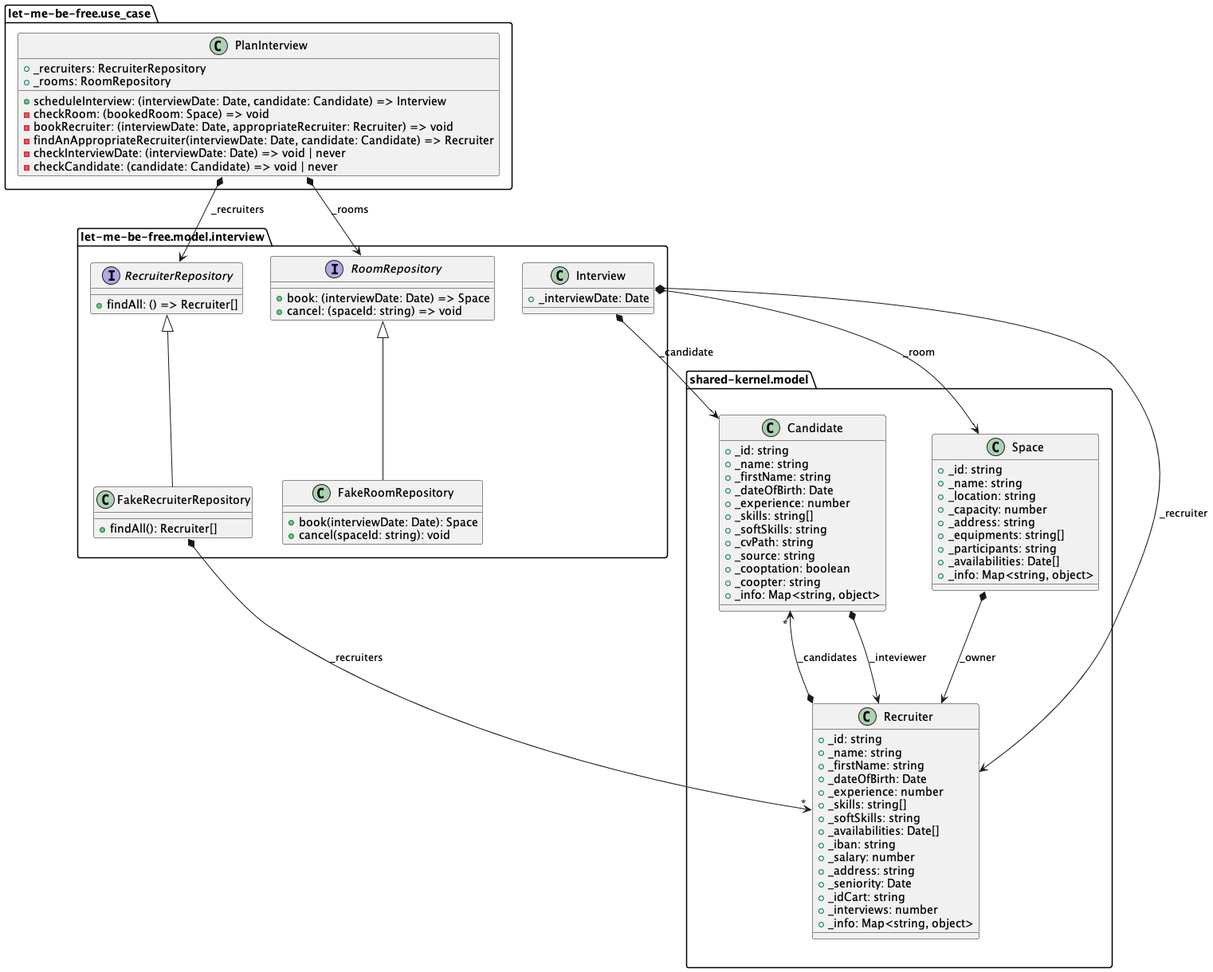
Above: docs/images/domain-model-step-0.png in jwloka/dddeu22-let-me-be-free-typescript (PlantUML), before the change. Source of this version:
```plantuml
@startuml name "Domain Model"

package "shared-kernel.model" {
    class Candidate {
        +_id: string
        +_name: string
        +_firstName: string
        +_dateOfBirth: Date
        +_experience: number
        +_skills: string[]
        +_softSkills: string
        +_cvPath: string
        +_source: string
        +_cooptation: boolean
        +_coopter: string
        +_info: Map<string, object>
    }

    class Recruiter {
        +_id: string
        +_name: string
        +_firstName: string
        +_dateOfBirth: Date
        +_experience: number
        +_skills: string[]
        +_softSkills: string
        +_availabilities: Date[]
        +_iban: string
        +_salary: number
        +_address: string
        +_seniority: Date
        +_idCart: string
        +_interviews: number
        +_info: Map<string, object>
    }

    class Space {
        +_id: string
        +_name: string
        +_location: string
        +_capacity: number
        +_address: string
        +_equipments: string[]
        +_participants: string
        +_availabilities: Date[]
        +_info: Map<string, object>
    }

    Space *--> Recruiter : _owner
    Recruiter <--* Candidate : _inteviewer
    Candidate "*" <--* Recruiter : _candidates
}

package "let-me-be-free.model.interview" {
    interface RecruiterRepository {
        +findAll: () => Recruiter[]
    }

    interface RoomRepository {
        +book: (interviewDate: Date) => Space
        +cancel: (spaceId: string) => void
    }

    class Interview {
        +_interviewDate: Date
    }

    class FakeRoomRepository extends RoomRepository {
        +book(interviewDate: Date): Space
        +cancel(spaceId: string): void
    }

    class FakeRecruiterRepository extends RecruiterRepository {
        +findAll(): Recruiter[]
    }

    FakeRecruiterRepository *--> "*" Recruiter : _recruiters
    Interview *--> Recruiter : _recruiter
    Interview *--> Candidate : _candidate
    Interview *--> Space : _room
}

package "let-me-be-free.use_case" {
    class PlanInterview {
        +_recruiters: RecruiterRepository
        +_rooms: RoomRepository
        +scheduleInterview: (interviewDate: Date, candidate: Candidate) => Interview
        -checkRoom: (bookedRoom: Space) => void
        -bookRecruiter: (interviewDate: Date, appropriateRecruiter: Recruiter) => void
        -findAnAppropriateRecruiter(interviewDate: Date, candidate: Candidate) => Recruiter
        -checkInterviewDate: (interviewDate: Date) => void | never
        -checkCandidate: (candidate: Candidate) => void | never
    }

    PlanInterview *--> RecruiterRepository : _recruiters
    PlanInterview *--> RoomRepository : _rooms
}
@enduml
```
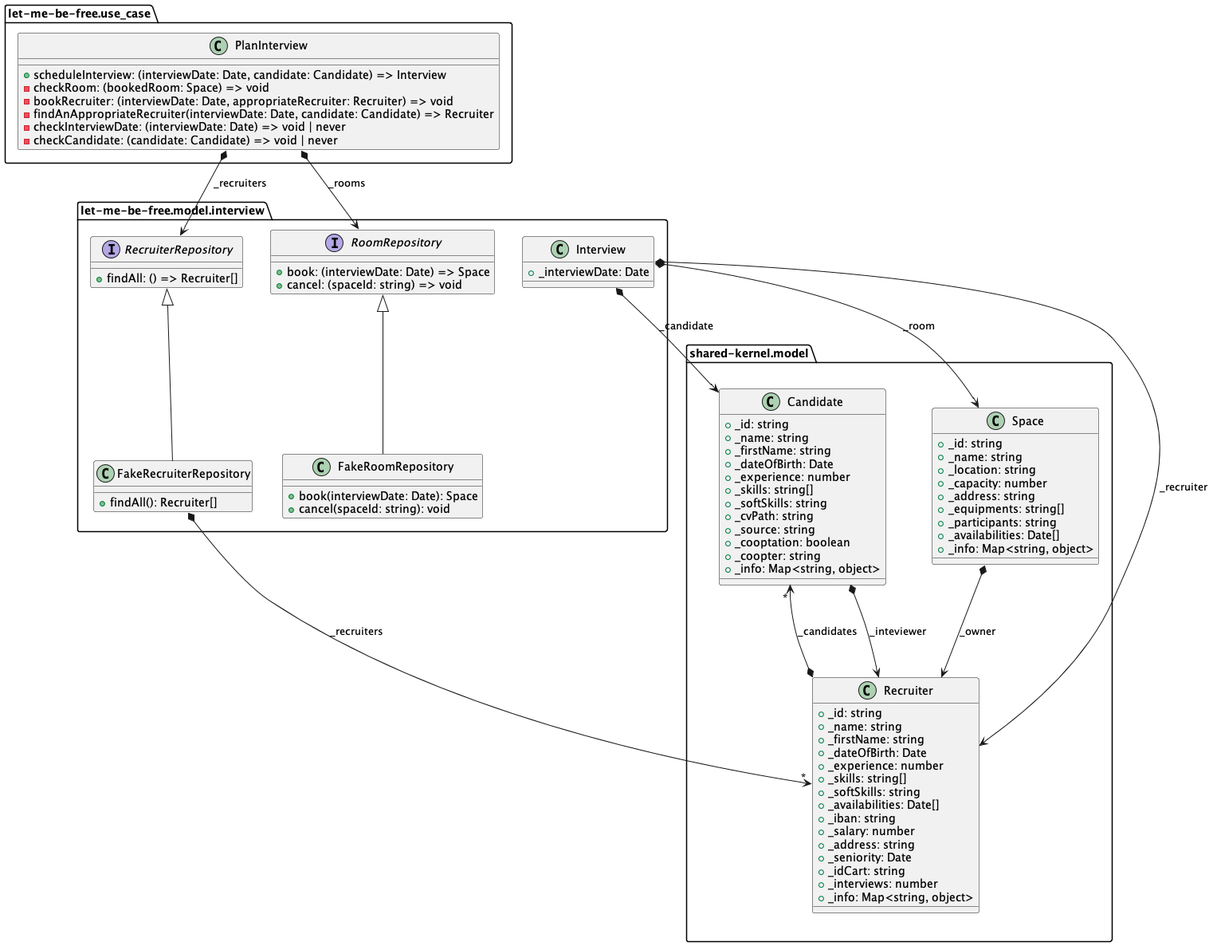
Above is the later version.

The edit, as a diff of the source:
```diff
@@ -82,8 +82,6 @@
 
 package "let-me-be-free.use_case" {
     class PlanInterview {
-        +_recruiters: RecruiterRepository
-        +_rooms: RoomRepository
         +scheduleInterview: (interviewDate: Date, candidate: Candidate) => Interview
         -checkRoom: (bookedRoom: Space) => void
         -bookRecruiter: (interviewDate: Date, appropriateRecruiter: Recruiter) => void
```
